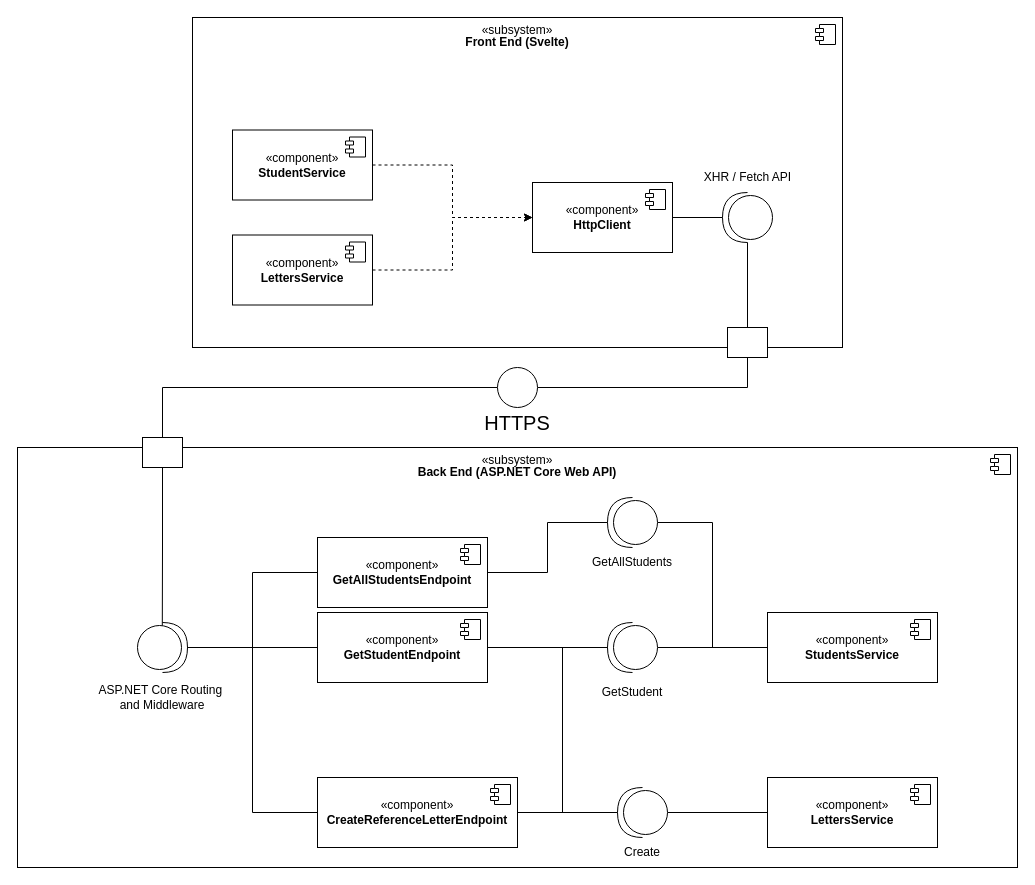
Noveboi/UniLetters.Diagrams keeps this draw.io diagram as Component/Component.drawio. Above is the earlier version. Source tidied: cells renumbered, new cells numbered last; positions are measured from the earlier drawing's top-left corner, leaving out a move shared by most shapes. Both pictures are drawn from the tidied source at 100%, with x=0, y=0 at pixel (17, 17).
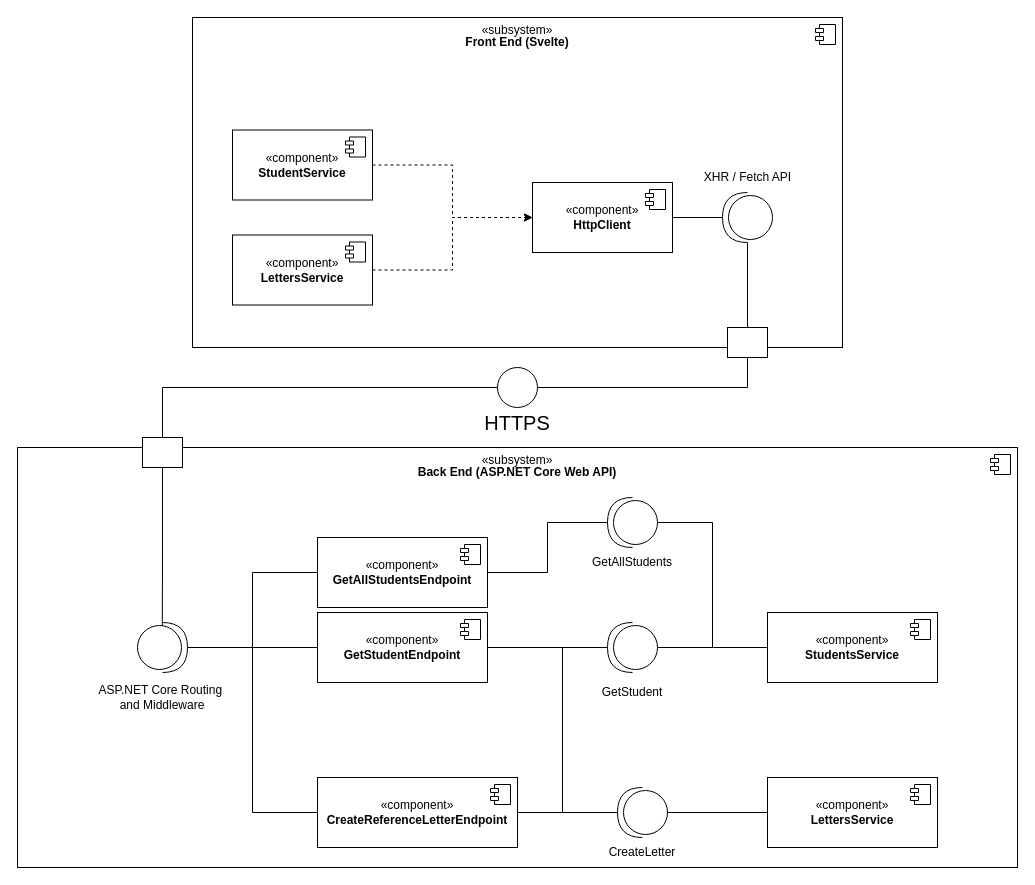
After the change.

Commit message:
Add better naming in Component v2

Change to the diagram source:
```diff
@@
-    <mxCell id="51" value="Create" style="text;html=1;align=center;verticalAlign=middle;whiteSpace=wrap;rounded=0;fontFamily=Helvetica;fontSize=12;fontColor=default;" parent="1" vertex="1">
+    <mxCell id="51" value="CreateLetter" style="text;html=1;align=center;verticalAlign=middle;whiteSpace=wrap;rounded=0;fontFamily=Helvetica;fontSize=12;fontColor=default;" parent="1" vertex="1">
       <mxGeometry x="575" y="820" width="100" height="30" as="geometry" />
     </mxCell>
```
